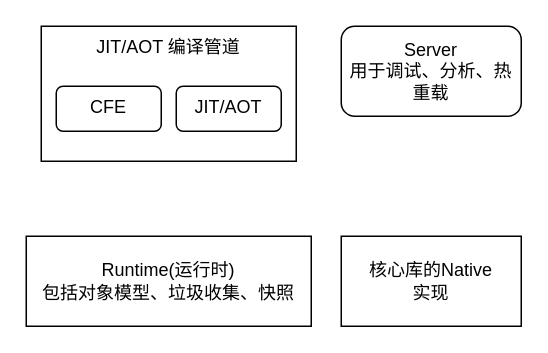
Above: dartVM内部构成.drawio in dlwanghw/diagram (draw.io), before the change. Source tidied: cells renumbered, new cells numbered last; positions are measured from the earlier drawing's top-left corner, leaving out a move shared by most shapes. Both pictures are drawn from the tidied source at 150%, with x=0, y=0 at pixel (26, 26).
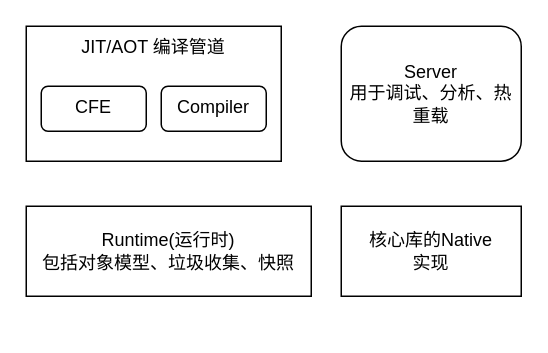
The same diagram, later.

The edit, as a diff of the source:
```diff
@@
 <mxGraphModel>
   <root>
     <mxCell id="0" />
     <mxCell id="1" parent="0" />
     <mxCell id="2" value="Runtime(运行时)&lt;br&gt;包括对象模型、垃圾收集、快照" style="rounded=0;whiteSpace=wrap;html=1;" parent="1" vertex="1">
-      <mxGeometry y="140" width="190" height="60" as="geometry" />
+      <mxGeometry y="120" width="190" height="60" as="geometry" />
     </mxCell>
     <mxCell id="3" value="核心库的Native&lt;br&gt;实现" style="rounded=0;whiteSpace=wrap;html=1;" parent="1" vertex="1">
-      <mxGeometry x="210" y="140" width="120" height="60" as="geometry" />
+      <mxGeometry x="210" y="120" width="120" height="60" as="geometry" />
     </mxCell>
     <mxCell id="4" value="Server&lt;br&gt;用于调试、分析、热重载" style="rounded=1;whiteSpace=wrap;html=1;" parent="1" vertex="1">
-      <mxGeometry x="210" width="120" height="60" as="geometry" />
+      <mxGeometry x="210" width="120" height="90" as="geometry" />
     </mxCell>
     <mxCell id="5" value="JIT/AOT 编译管道&lt;br&gt;" style="rounded=0;whiteSpace=wrap;html=1;verticalAlign=top;" parent="1" vertex="1">
-      <mxGeometry x="10" width="170" height="90" as="geometry" />
+      <mxGeometry width="170" height="90" as="geometry" />
     </mxCell>
     <mxCell id="6" value="CFE" style="rounded=1;whiteSpace=wrap;html=1;verticalAlign=top;" parent="1" vertex="1">
-      <mxGeometry x="20" y="40" width="70" height="30" as="geometry" />
+      <mxGeometry x="10" y="40" width="70" height="30" as="geometry" />
     </mxCell>
-    <mxCell id="7" value="JIT/AOT" style="rounded=1;whiteSpace=wrap;html=1;verticalAlign=top;" parent="1" vertex="1">
-      <mxGeometry x="100" y="40" width="70" height="30" as="geometry" />
+    <mxCell id="7" value="Compiler" style="rounded=1;whiteSpace=wrap;html=1;verticalAlign=top;" parent="1" vertex="1">
+      <mxGeometry x="90" y="40" width="70" height="30" as="geometry" />
     </mxCell>
   </root>
 </mxGraphModel>
```
